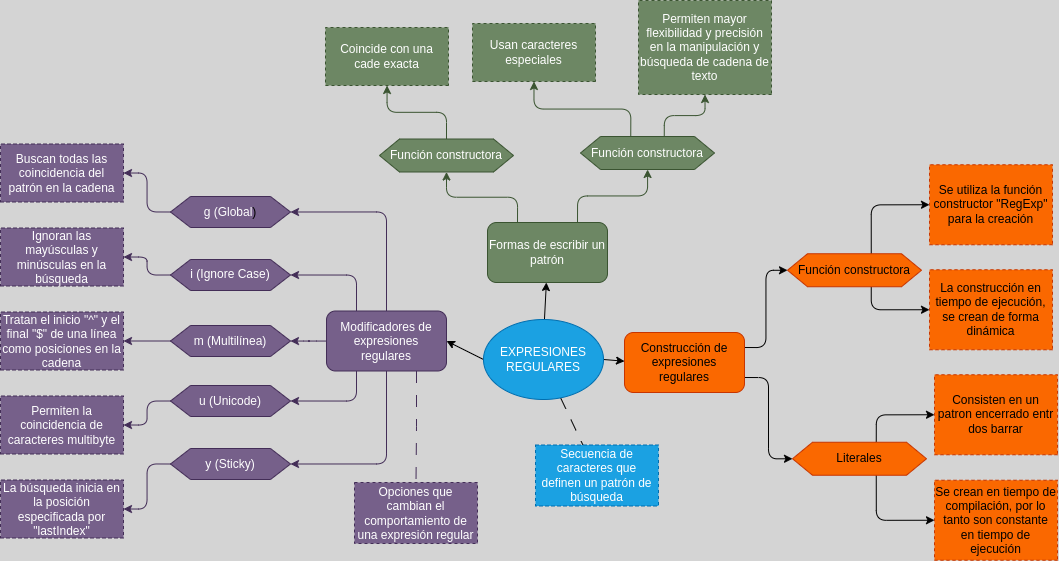
Earlier version of the draw.io export Javascript/Expresiones regulares.png (AcruxSource/Mapas_Mentales). Source tidied: cells renumbered, new cells last; positions are measured from the earlier drawing's top-left corner, leaving out a move shared by most shapes.
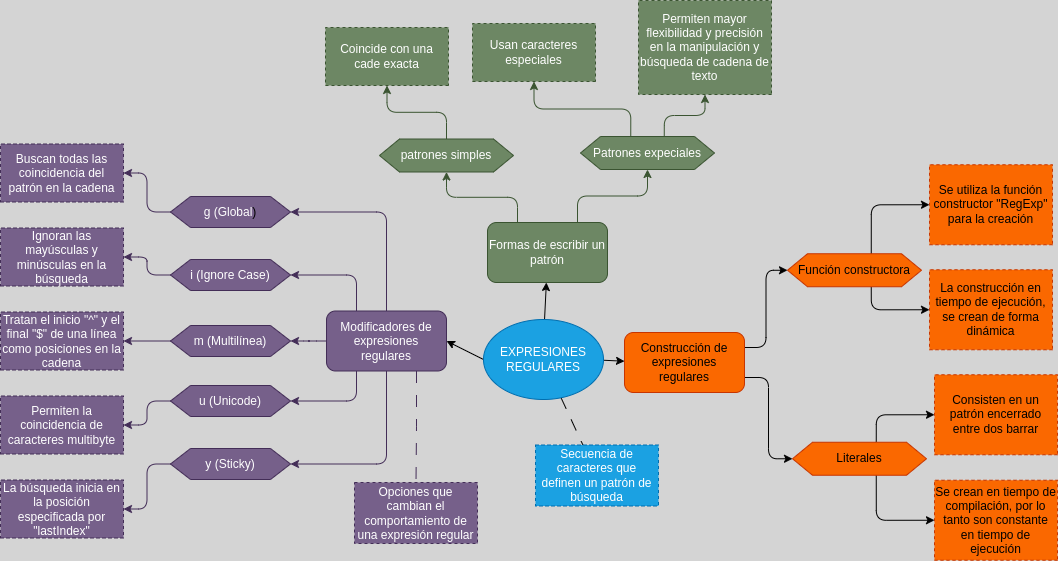
The same file after the commit.

Change to the diagram source:
```diff
@@ -71,7 +71,7 @@
     <mxCell id="24" value="Literales" style="shape=hexagon;perimeter=hexagonPerimeter2;whiteSpace=wrap;html=1;fixedSize=1;fillColor=#fa6800;fontColor=#000000;strokeColor=#C73500;" parent="1" vertex="1">
       <mxGeometry x="792" y="441.8" width="134" height="33" as="geometry" />
     </mxCell>
-    <mxCell id="25" value="Consisten en un patron encerrado entr dos barrar" style="text;html=1;align=center;verticalAlign=middle;whiteSpace=wrap;rounded=0;dashed=1;strokeColor=#C73500;fillColor=#fa6800;flipH=1;flipV=1;fontColor=#000000;" parent="1" vertex="1">
+    <mxCell id="25" value="Consisten en un patrón encerrado entre dos barrar" style="text;html=1;align=center;verticalAlign=middle;whiteSpace=wrap;rounded=0;dashed=1;strokeColor=#C73500;fillColor=#fa6800;flipH=1;flipV=1;fontColor=#000000;" parent="1" vertex="1">
       <mxGeometry x="934" y="374.2" width="123" height="80" as="geometry" />
     </mxCell>
     <mxCell id="26" value="Se crean en tiempo de compilación, por lo tanto son constante en tiempo de ejecución" style="text;html=1;align=center;verticalAlign=middle;whiteSpace=wrap;rounded=0;dashed=1;strokeColor=#C73500;fillColor=#fa6800;flipH=1;flipV=1;fontColor=#000000;" parent="1" vertex="1">
@@ -95,7 +95,7 @@
     <mxCell id="32" style="edgeStyle=orthogonalEdgeStyle;rounded=1;jettySize=auto;html=1;curved=0;fillColor=#6d8764;strokeColor=#3A5431;" parent="1" edge="1" source="33" target="37">
       <mxGeometry relative="1" as="geometry" />
     </mxCell>
-    <mxCell id="33" value="Función constructora" style="shape=hexagon;perimeter=hexagonPerimeter2;whiteSpace=wrap;html=1;fixedSize=1;fillColor=#6d8764;strokeColor=#3A5431;fontColor=#ffffff;" parent="1" vertex="1">
+    <mxCell id="33" value="patrones simples" style="shape=hexagon;perimeter=hexagonPerimeter2;whiteSpace=wrap;html=1;fixedSize=1;fillColor=#6d8764;strokeColor=#3A5431;fontColor=#ffffff;" parent="1" vertex="1">
       <mxGeometry x="379" y="138.5" width="134" height="33" as="geometry" />
     </mxCell>
     <mxCell id="34" style="edgeStyle=orthogonalEdgeStyle;rounded=1;jettySize=auto;html=1;exitX=0.375;exitY=0;exitDx=0;exitDy=0;entryX=0.5;entryY=1;entryDx=0;entryDy=0;curved=0;fillColor=#6d8764;strokeColor=#3A5431;" parent="1" edge="1" source="36" target="38">
@@ -104,7 +104,7 @@
     <mxCell id="35" style="edgeStyle=orthogonalEdgeStyle;rounded=1;jettySize=auto;html=1;exitX=0.625;exitY=0;exitDx=0;exitDy=0;entryX=0.5;entryY=1;entryDx=0;entryDy=0;curved=0;fillColor=#6d8764;strokeColor=#3A5431;" parent="1" edge="1" source="36" target="39">
       <mxGeometry relative="1" as="geometry" />
     </mxCell>
-    <mxCell id="36" value="Función constructora" style="shape=hexagon;perimeter=hexagonPerimeter2;whiteSpace=wrap;html=1;fixedSize=1;fillColor=#6d8764;strokeColor=#3A5431;fontColor=#ffffff;" parent="1" vertex="1">
+    <mxCell id="36" value="Patrones expeciales" style="shape=hexagon;perimeter=hexagonPerimeter2;whiteSpace=wrap;html=1;fixedSize=1;fillColor=#6d8764;strokeColor=#3A5431;fontColor=#ffffff;" parent="1" vertex="1">
       <mxGeometry x="580" y="136" width="134" height="33" as="geometry" />
     </mxCell>
     <mxCell id="37" value="Coincide con una cade exacta" style="text;html=1;align=center;verticalAlign=middle;whiteSpace=wrap;rounded=0;dashed=1;strokeColor=#3A5431;fillColor=#6d8764;flipH=1;flipV=1;fontColor=#ffffff;" parent="1" vertex="1">
```
